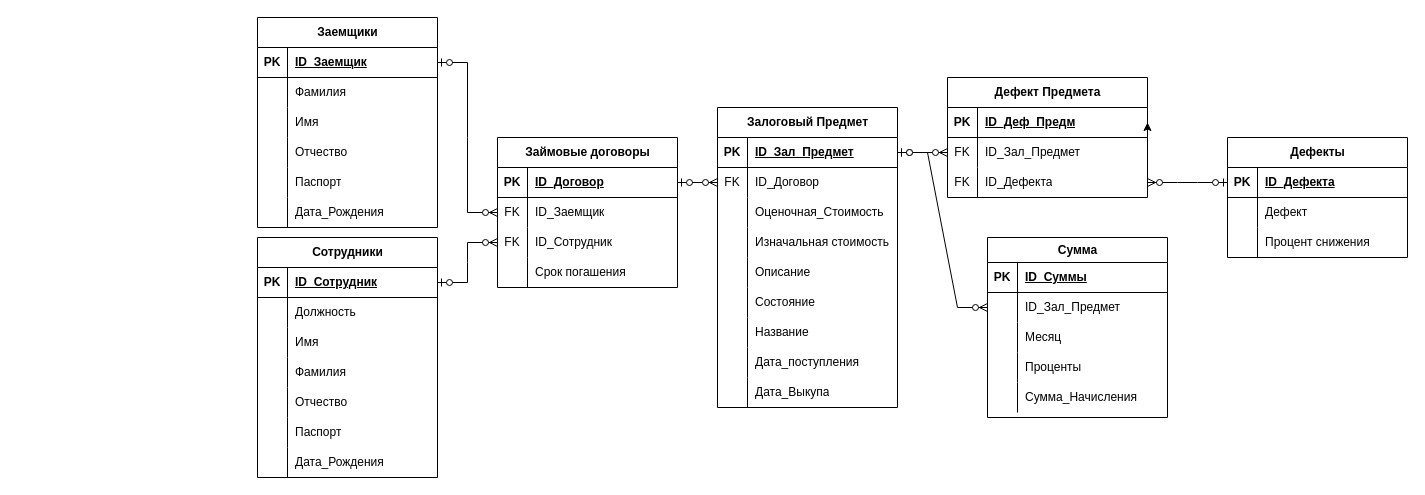
1DeMeNToR1/RocketModUpdater_32 keeps this draw.io diagram as bsbd.drawio. Above is the earlier version. Source tidied: cells renumbered, new cells numbered last; positions are measured from the earlier drawing's top-left corner, leaving out a move shared by most shapes. Both pictures are drawn from the tidied source at 100%, with x=0, y=0 at pixel (257, 17).
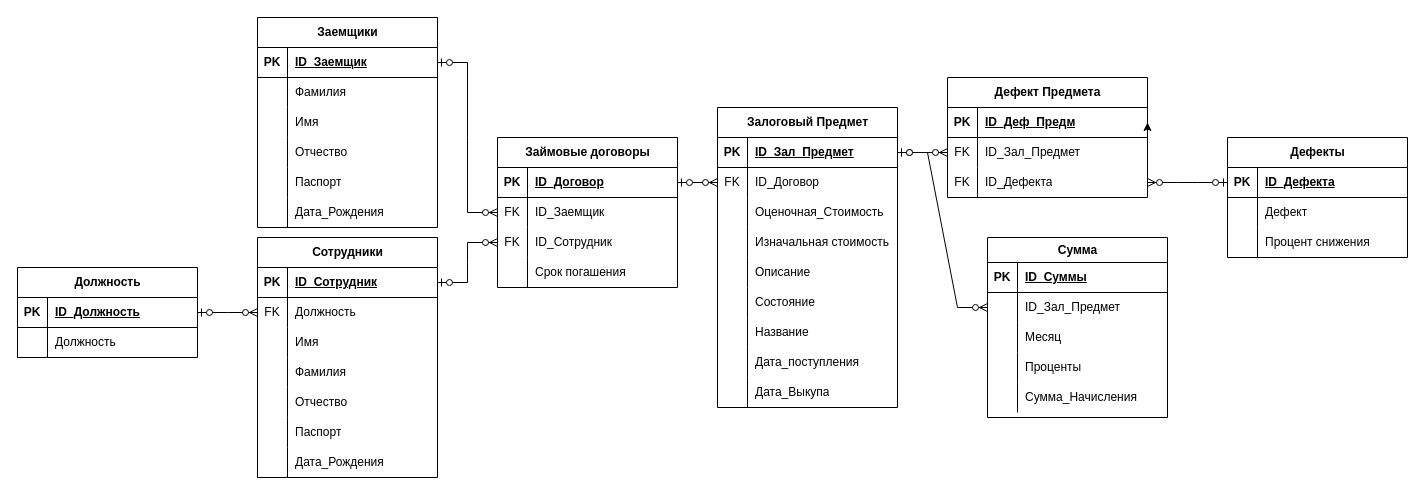
After the change.

The change refers to these unchanged cells:
```xml
<mxCell id="26" style="shape=tableRow;horizontal=0;startSize=0;swimlaneHead=0;swimlaneBody=0;fillColor=none;points=[[0,0.5],[1,0.5]];portConstraint=eastwest;top=0;left=0;right=0;bottom=0;" parent="22" vertex="1">
  <mxGeometry y="60" width="180" height="30" as="geometry" />
</mxCell>
```

The edit, as a diff of the source:
```diff
@@
-    <mxCell id="27" style="shape=partialRectangle;fillColor=none;top=0;left=0;bottom=0;right=0;overflow=hidden;whiteSpace=wrap;html=1;" parent="26" vertex="1">
+    <mxCell id="27" value="FK" style="shape=partialRectangle;fillColor=none;top=0;left=0;bottom=0;right=0;overflow=hidden;whiteSpace=wrap;html=1;" parent="26" vertex="1">
       <mxGeometry width="30" height="30" as="geometry" />
     </mxCell>
@@
+    <mxCell id="127" value="Должность" style="shape=table;startSize=30;childLayout=tableLayout;rowLines=0;fontStyle=1;align=center;html=1;" parent="1" vertex="1">
+      <mxGeometry x="-240" y="250" width="180" height="90" as="geometry" />
+    </mxCell>
+    <mxCell id="128" style="shape=tableRow;horizontal=0;startSize=0;swimlaneHead=0;swimlaneBody=0;fillColor=none;points=[[0,0.5],[1,0.5]];portConstraint=eastwest;top=0;left=0;right=0;bottom=1;" parent="127" vertex="1">
+      <mxGeometry y="30" width="180" height="30" as="geometry" />
+    </mxCell>
+    <mxCell id="129" value="PK" style="shape=partialRectangle;fillColor=none;top=0;left=0;bottom=0;right=0;fontStyle=1;overflow=hidden;whiteSpace=wrap;html=1;" parent="128" vertex="1">
+      <mxGeometry width="30" height="30" as="geometry" />
+    </mxCell>
+    <mxCell id="130" value="ID_Должность" style="shape=partialRectangle;fillColor=none;top=0;left=0;bottom=0;right=0;align=left;spacingLeft=6;fontStyle=5;overflow=hidden;whiteSpace=wrap;html=1;" parent="128" vertex="1">
+      <mxGeometry x="30" width="150" height="30" as="geometry" />
+    </mxCell>
+    <mxCell id="131" style="shape=tableRow;horizontal=0;startSize=0;swimlaneHead=0;swimlaneBody=0;fillColor=none;top=0;left=0;right=0;bottom=0;" parent="127" vertex="1">
+      <mxGeometry y="60" width="180" height="30" as="geometry" />
+    </mxCell>
+    <mxCell id="132" style="shape=partialRectangle;fillColor=none;top=0;left=0;bottom=0;right=0;overflow=hidden;whiteSpace=wrap;html=1;" parent="131" vertex="1">
+      <mxGeometry width="30" height="30" as="geometry" />
+    </mxCell>
+    <mxCell id="133" value="Должность" style="shape=partialRectangle;fillColor=none;top=0;left=0;bottom=0;right=0;align=left;spacingLeft=6;overflow=hidden;whiteSpace=wrap;html=1;" parent="131" vertex="1">
+      <mxGeometry x="30" width="150" height="30" as="geometry" />
+    </mxCell>
+    <mxCell id="134" style="edgeStyle=entityRelationEdgeStyle;fontSize=12;html=1;endArrow=ERzeroToMany;startArrow=ERzeroToOne;rounded=0;exitX=1;exitY=0.5;exitDx=0;exitDy=0;entryX=0;entryY=0.5;entryDx=0;entryDy=0;" parent="1" edge="1" source="128" target="26">
+      <mxGeometry relative="1" as="geometry" />
+    </mxCell>
```
